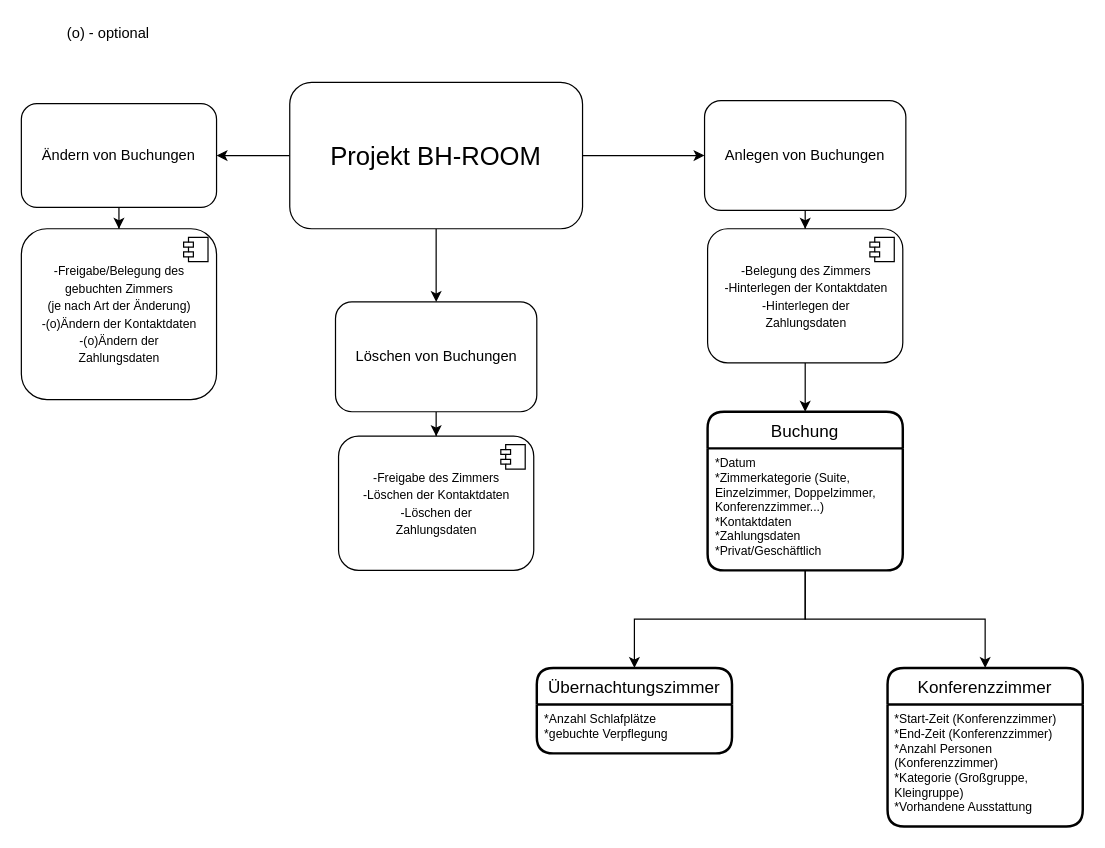
fh-erfurt/Businesshotel-Roommanager keeps this draw.io diagram as Projektübersicht.drawio. Above is the earlier version. Source tidied: cells renumbered, new cells numbered last; positions are measured from the earlier drawing's top-left corner, leaving out a move shared by most shapes. Both pictures are drawn from the tidied source at 122%, with x=0, y=0 at pixel (21, 21).
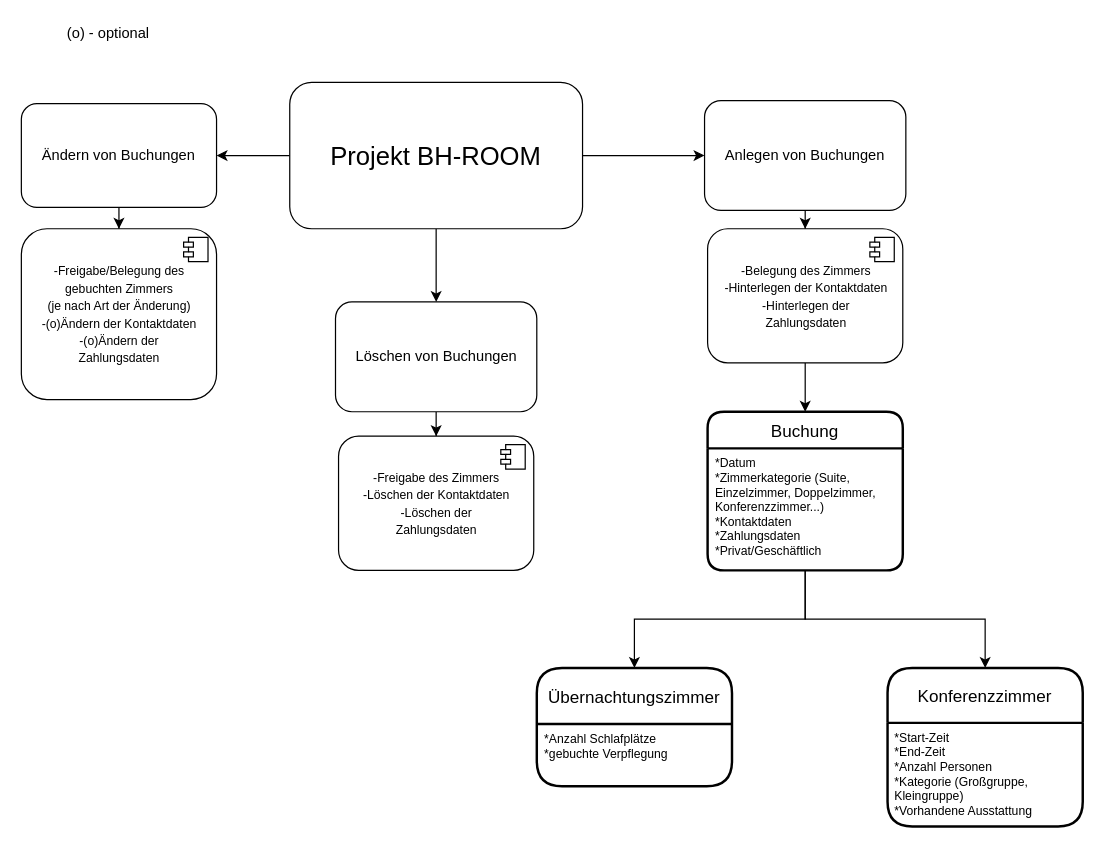
The same page after the edit.

Change to the diagram source:
```diff
@@
-    <mxCell id="24" value="Übernachtungszimmer" style="swimlane;horizontal=1;startSize=30;rounded=1;fontSize=14;fontStyle=0;strokeWidth=2;shadow=0;dashed=0;align=center;" parent="1" vertex="1">
-      <mxGeometry x="422.5" y="530" width="160" height="70" as="geometry" />
+    <mxCell id="24" value="Übernachtungszimmer" style="swimlane;horizontal=1;startSize=46;rounded=1;fontSize=14;fontStyle=0;strokeWidth=2;shadow=0;dashed=0;align=center;" parent="1" vertex="1">
+      <mxGeometry x="422.5" y="530" width="160" height="97" as="geometry" />
     </mxCell>
     <mxCell id="25" value="*Anzahl Schlafplätze&#10;*gebuchte Verpflegung&#10;" style="align=left;strokeColor=none;fillColor=none;spacingLeft=4;fontSize=10;verticalAlign=top;whiteSpace=wrap;" parent="24" vertex="1">
-      <mxGeometry y="30" width="160" height="40" as="geometry" />
+      <mxGeometry y="46" width="160" height="51" as="geometry" />
     </mxCell>
-    <mxCell id="26" value="Konferenzzimmer" style="swimlane;horizontal=1;startSize=30;rounded=1;fontSize=14;fontStyle=0;strokeWidth=2;shadow=0;dashed=0;align=center;" parent="1" vertex="1">
+    <mxCell id="26" value="Konferenzzimmer" style="swimlane;horizontal=1;startSize=45;rounded=1;fontSize=14;fontStyle=0;strokeWidth=2;shadow=0;dashed=0;align=center;" parent="1" vertex="1">
       <mxGeometry x="710" y="530" width="160" height="130" as="geometry" />
     </mxCell>
-    <mxCell id="27" value="*Start-Zeit (Konferenzzimmer)&#10;*End-Zeit (Konferenzzimmer)&#10;*Anzahl Personen (Konferenzzimmer)&#10;*Kategorie (Großgruppe, Kleingruppe)&#10;*Vorhandene Ausstattung" style="align=left;strokeColor=none;fillColor=none;spacingLeft=4;fontSize=10;verticalAlign=top;whiteSpace=wrap;" parent="26" vertex="1">
-      <mxGeometry y="30" width="160" height="100" as="geometry" />
+    <mxCell id="27" value="*Start-Zeit&#10;*End-Zeit&#10;*Anzahl Personen&#10;*Kategorie (Großgruppe, Kleingruppe)&#10;*Vorhandene Ausstattung" style="align=left;strokeColor=none;fillColor=none;spacingLeft=4;fontSize=10;verticalAlign=top;whiteSpace=wrap;" parent="26" vertex="1">
+      <mxGeometry y="45" width="160" height="85" as="geometry" />
     </mxCell>
```
